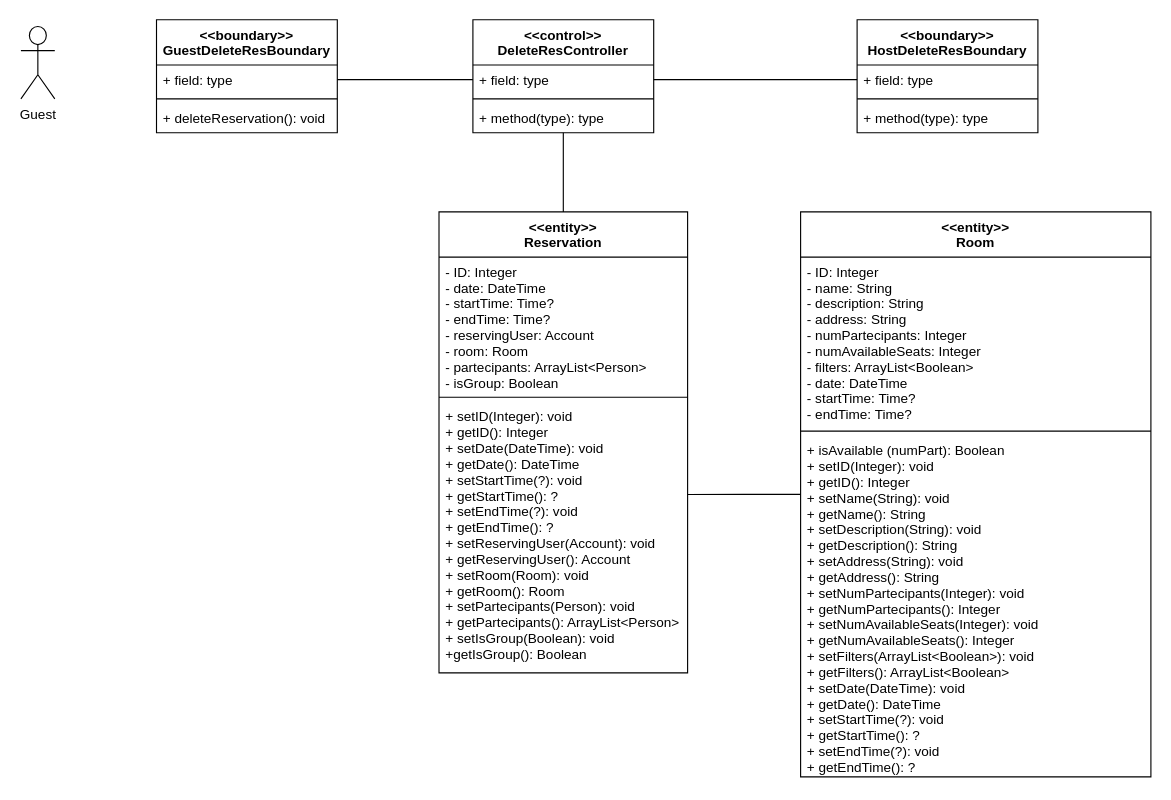
Before: Deliverables/VoPC/VoPC DeleteReservation.drawio in nic-agos/DoveStudi, a draw.io diagram. Source tidied: cells renumbered, new cells numbered last; positions are measured from the earlier drawing's top-left corner, leaving out a move shared by most shapes. Both pictures are drawn from the tidied source at 113%, with x=0, y=0 at pixel (20, 19).
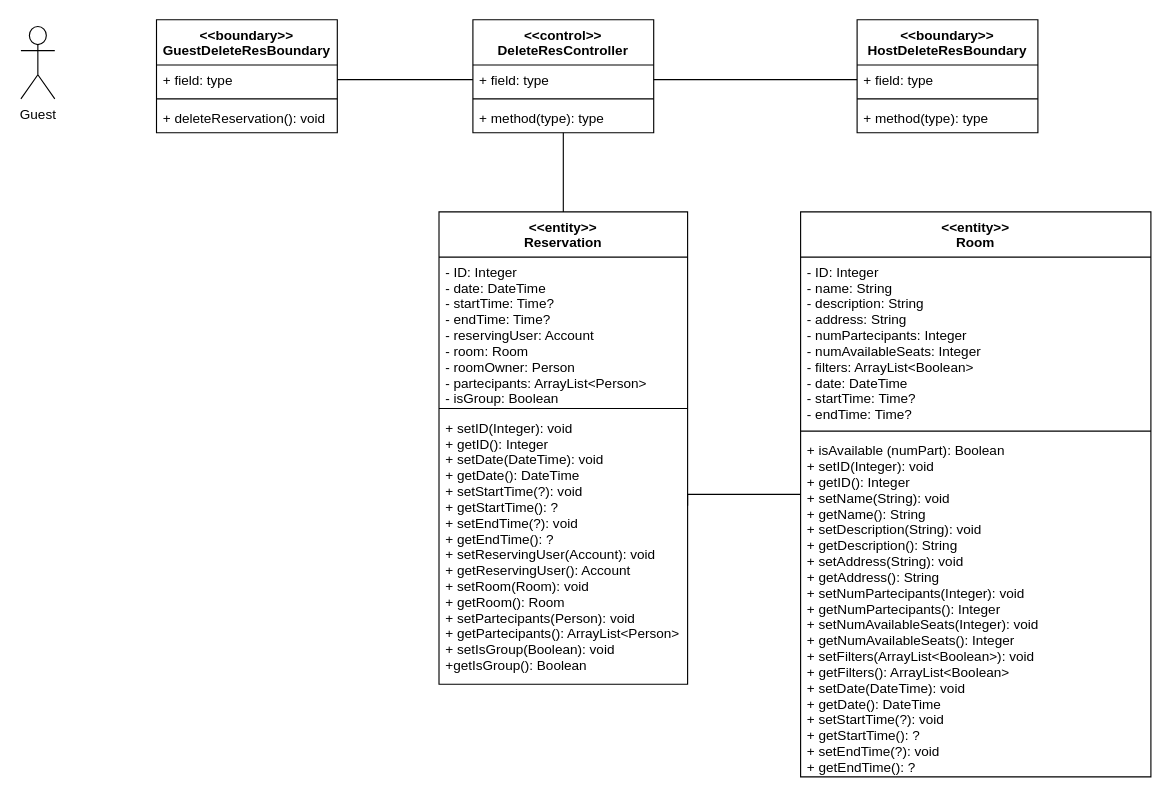
After the change.

Commit message:
added room owner

The change refers to these unchanged cells:
```xml
<mxCell id="18" value="&lt;&lt;entity&gt;&gt;&#10;Room" style="swimlane;fontStyle=1;align=center;verticalAlign=top;horizontal=1;startSize=40;" parent="1" vertex="1">
  <mxGeometry x="690" y="170" width="310" height="500" as="geometry" />
</mxCell>
```

The edit, as a diff of the source:
```diff
@@
     <mxCell id="17" style="edgeStyle=orthogonalEdgeStyle;rounded=0;jettySize=auto;html=1;entryX=1;entryY=0.342;entryDx=0;entryDy=0;entryPerimeter=0;endArrow=none;endFill=0;" parent="1" edge="1" source="18" target="26">
-      <mxGeometry relative="1" as="geometry" />
+      <mxGeometry relative="1" as="geometry">
+        <Array as="points">
+          <mxPoint x="590" y="420" />
+        </Array>
+      </mxGeometry>
     </mxCell>
@@
     <mxCell id="23" value="&lt;&lt;entity&gt;&gt;&#10;Reservation" style="swimlane;fontStyle=1;align=center;verticalAlign=top;horizontal=1;startSize=40;" parent="1" vertex="1">
-      <mxGeometry x="370" y="170" width="220" height="408" as="geometry" />
+      <mxGeometry x="370" y="170" width="220" height="418" as="geometry" />
     </mxCell>
-    <mxCell id="24" value="- ID: Integer&#10;- date: DateTime&#10;- startTime: Time?&#10;- endTime: Time?&#10;- reservingUser: Account&#10;- room: Room&#10;- partecipants: ArrayList&lt;Person&gt;&#10;- isGroup: Boolean" style="text;strokeColor=none;fillColor=none;align=left;verticalAlign=top;spacingLeft=4;spacingRight=4;overflow=hidden;" parent="23" vertex="1">
-      <mxGeometry y="40" width="220" height="120" as="geometry" />
+    <mxCell id="24" value="- ID: Integer&#10;- date: DateTime&#10;- startTime: Time?&#10;- endTime: Time?&#10;- reservingUser: Account&#10;- room: Room&#10;- roomOwner: Person&#10;- partecipants: ArrayList&lt;Person&gt;&#10;- isGroup: Boolean" style="text;strokeColor=none;fillColor=none;align=left;verticalAlign=top;spacingLeft=4;spacingRight=4;overflow=hidden;" parent="23" vertex="1">
+      <mxGeometry y="40" width="220" height="130" as="geometry" />
     </mxCell>
     <mxCell id="25" style="line;strokeWidth=1;fillColor=none;align=left;verticalAlign=middle;spacingTop=-1;spacingLeft=3;spacingRight=3;labelPosition=right;" parent="23" vertex="1">
-      <mxGeometry y="160" width="220" height="8" as="geometry" />
+      <mxGeometry y="170" width="220" height="8" as="geometry" />
     </mxCell>
     <mxCell id="26" value="+ setID(Integer): void &#10;+ getID(): Integer&#10;+ setDate(DateTime): void&#10;+ getDate(): DateTime&#10;+ setStartTime(?): void&#10;+ getStartTime(): ?&#10;+ setEndTime(?): void&#10;+ getEndTime(): ?&#10;+ setReservingUser(Account): void&#10;+ getReservingUser(): Account&#10;+ setRoom(Room): void&#10;+ getRoom(): Room&#10;+ setPartecipants(Person): void&#10;+ getPartecipants(): ArrayList&lt;Person&gt;&#10;+ setIsGroup(Boolean): void&#10;+getIsGroup(): Boolean" style="text;strokeColor=none;fillColor=none;align=left;verticalAlign=top;spacingLeft=4;spacingRight=4;overflow=hidden;points=[[0,0.5],[1,0.5]];portConstraint=eastwest;" parent="23" vertex="1">
-      <mxGeometry y="168" width="220" height="240" as="geometry" />
+      <mxGeometry y="178" width="220" height="240" as="geometry" />
     </mxCell>
```
